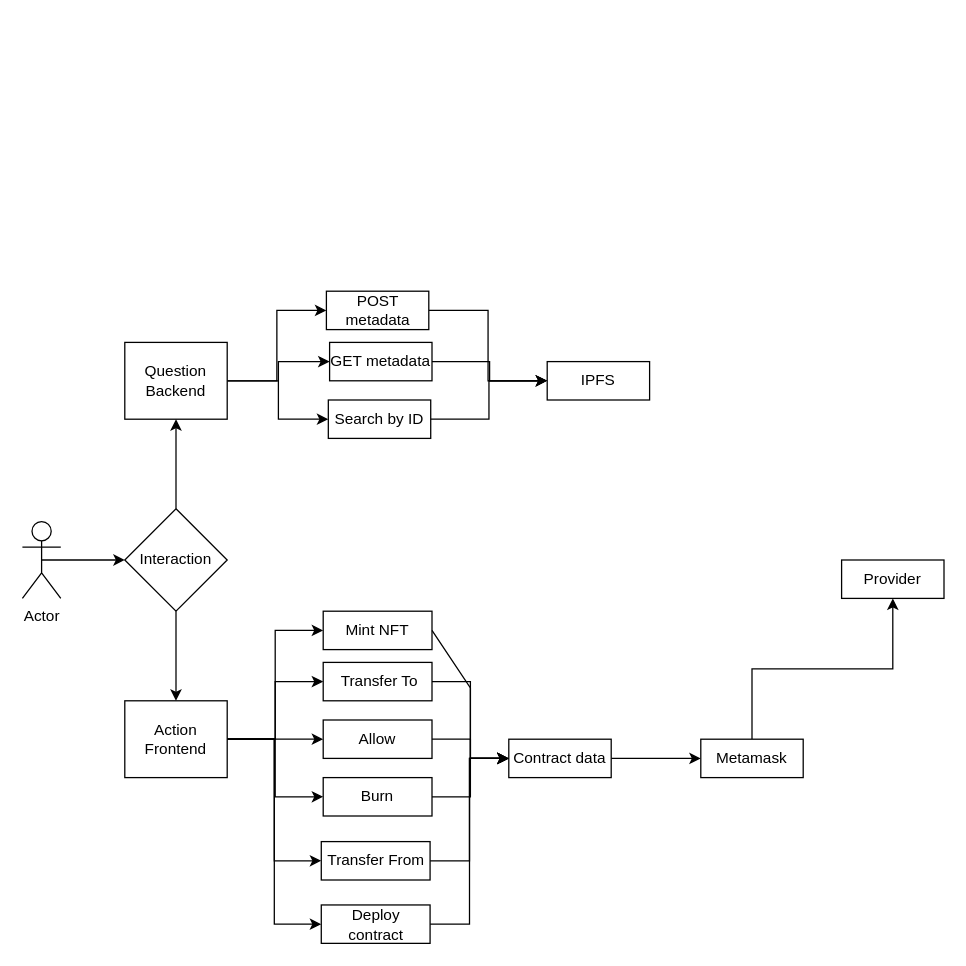
Before: architecture/nft.drawio in Encode-Club-Solidity-Group-14/project_week_03, a draw.io diagram. Source tidied: cells renumbered, new cells numbered last; positions are measured from the earlier drawing's top-left corner, leaving out a move shared by most shapes. Both pictures are drawn from the tidied source at 128%, with x=0, y=0 at pixel (22, 291).
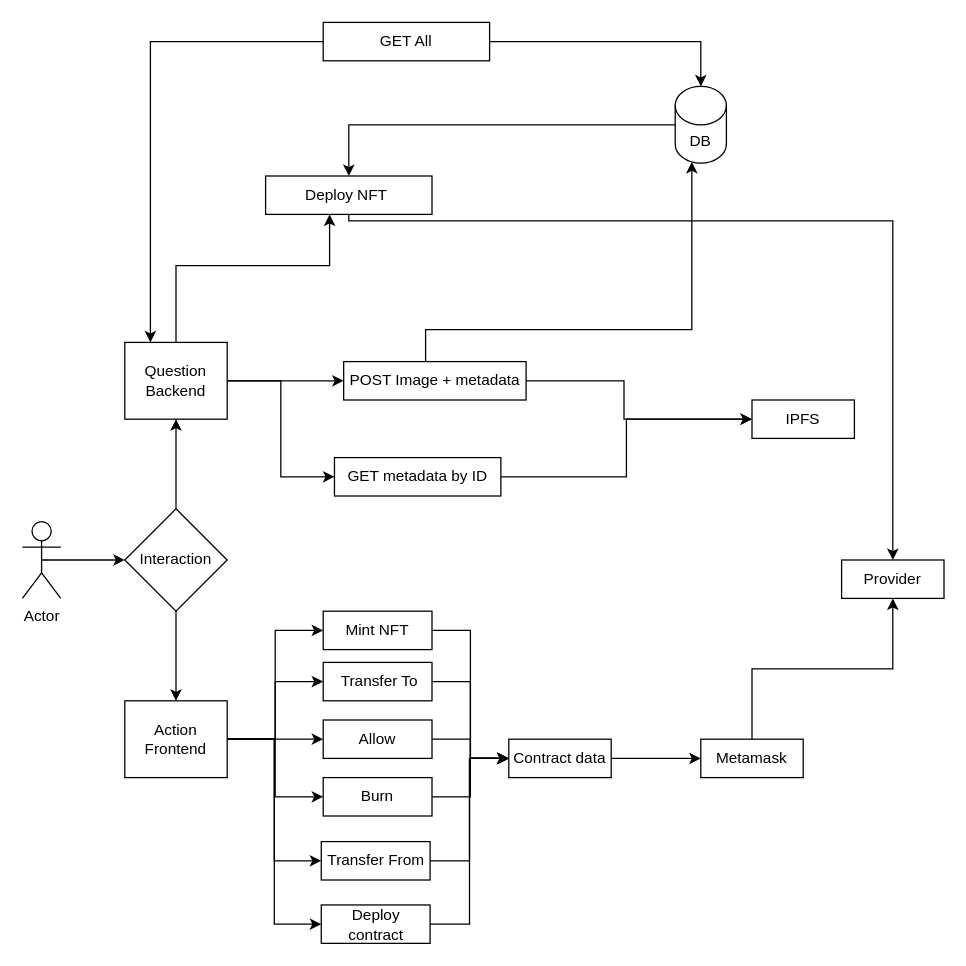
After the change.

Unchanged cells that the change refers to:
```xml
<mxCell id="14" value="Question&lt;br&gt;Backend" style="rounded=0;whiteSpace=wrap;html=1;" parent="1" vertex="1">
  <mxGeometry x="80" y="40" width="80" height="60" as="geometry" />
</mxCell>
<mxCell id="17" value="Mint NFT" style="rounded=0;whiteSpace=wrap;html=1;" parent="1" vertex="1">
  <mxGeometry x="235" y="250" width="85" height="30" as="geometry" />
</mxCell>
<mxCell id="33" value="Contract data" style="rounded=0;whiteSpace=wrap;html=1;" parent="1" vertex="1">
  <mxGeometry x="380" y="350" width="80" height="30" as="geometry" />
</mxCell>
<mxCell id="36" value="Provider" style="rounded=0;whiteSpace=wrap;html=1;" parent="1" vertex="1">
  <mxGeometry x="640" y="210" width="80" height="30" as="geometry" />
</mxCell>
```

The edit, as a diff of the source:
```diff
@@
+    <mxCell id="42" style="edgeStyle=orthogonalEdgeStyle;rounded=0;jettySize=auto;html=1;" parent="1" edge="1" source="14" target="45">
+      <mxGeometry relative="1" as="geometry">
+        <Array as="points">
+          <mxPoint x="120" y="-20" />
+          <mxPoint x="240" y="-20" />
+        </Array>
+      </mxGeometry>
+    </mxCell>
@@
-    <mxCell id="19" value="GET metadata" style="rounded=0;whiteSpace=wrap;html=1;" parent="1" vertex="1">
-      <mxGeometry x="240" y="40" width="80" height="30" as="geometry" />
+    <mxCell id="19" value="GET metadata by ID" style="rounded=0;whiteSpace=wrap;html=1;" parent="1" vertex="1">
+      <mxGeometry x="243.8" y="130" width="130" height="30" as="geometry" />
     </mxCell>
@@
-    <mxCell id="26" style="edgeStyle=orthogonalEdgeStyle;rounded=0;jettySize=auto;html=1;exitX=1;exitY=0.5;exitDx=0;exitDy=0;entryX=0;entryY=0.5;entryDx=0;entryDy=0;" parent="1" edge="1" source="27" target="31">
-      <mxGeometry relative="1" as="geometry" />
-    </mxCell>
-    <mxCell id="27" value="Search by ID" style="rounded=0;whiteSpace=wrap;html=1;" parent="1" vertex="1">
-      <mxGeometry x="239" y="85" width="80" height="30" as="geometry" />
-    </mxCell>
-    <mxCell id="28" style="endArrow=classic;html=1;rounded=0;entryX=0;entryY=0.5;entryDx=0;entryDy=0;" parent="1" edge="1" target="27">
-      <mxGeometry relative="1" as="geometry">
-        <mxPoint x="200" y="70" as="sourcePoint" />
-        <Array as="points">
-          <mxPoint x="200" y="100" />
-        </Array>
-      </mxGeometry>
-    </mxCell>
@@
     <mxCell id="31" value="IPFS" style="rounded=0;whiteSpace=wrap;html=1;" parent="1" vertex="1">
-      <mxGeometry x="410" y="55" width="80" height="30" as="geometry" />
+      <mxGeometry x="570" y="85" width="80" height="30" as="geometry" />
     </mxCell>
@@
     <mxCell id="37" style="endArrow=classic;html=1;rounded=0;exitX=1;exitY=0.5;exitDx=0;exitDy=0;entryX=0;entryY=0.5;entryDx=0;entryDy=0;" parent="1" edge="1" source="17" target="33">
       <mxGeometry relative="1" as="geometry">
         <Array as="points">
+          <mxPoint x="350" y="265" />
           <mxPoint x="350" y="310" />
           <mxPoint x="350" y="365" />
         </Array>
       </mxGeometry>
     </mxCell>
@@
     <mxCell id="40" style="edgeStyle=orthogonalEdgeStyle;rounded=0;jettySize=auto;html=1;exitX=1;exitY=0.5;exitDx=0;exitDy=0;entryX=0;entryY=0.5;entryDx=0;entryDy=0;" parent="1" edge="1" source="41" target="31">
-      <mxGeometry relative="1" as="geometry" />
+      <mxGeometry relative="1" as="geometry">
+        <Array as="points">
+          <mxPoint x="470" y="70" />
+          <mxPoint x="470" y="100" />
+        </Array>
+      </mxGeometry>
     </mxCell>
+    <mxCell id="43" style="edgeStyle=orthogonalEdgeStyle;rounded=0;jettySize=auto;html=1;entryX=0.325;entryY=0.983;entryDx=0;entryDy=0;entryPerimeter=0;" parent="1" edge="1" source="41" target="47">
+      <mxGeometry relative="1" as="geometry">
+        <Array as="points">
+          <mxPoint x="315" y="30" />
+          <mxPoint x="523" y="30" />
+        </Array>
+      </mxGeometry>
+    </mxCell>
-    <mxCell id="41" value="POST metadata" style="rounded=0;whiteSpace=wrap;html=1;" parent="1" vertex="1">
-      <mxGeometry x="237.5" width="80" height="30" as="geometry" />
+    <mxCell id="41" value="POST Image + metadata" style="rounded=0;whiteSpace=wrap;html=1;" parent="1" vertex="1">
+      <mxGeometry x="251" y="55" width="142.5" height="30" as="geometry" />
     </mxCell>
+    <mxCell id="44" style="edgeStyle=orthogonalEdgeStyle;rounded=0;jettySize=auto;html=1;entryX=0.5;entryY=0;entryDx=0;entryDy=0;" parent="1" edge="1" source="45" target="36">
+      <mxGeometry relative="1" as="geometry">
+        <Array as="points">
+          <mxPoint x="680" y="-55" />
+        </Array>
+      </mxGeometry>
+    </mxCell>
+    <mxCell id="45" value="Deploy NFT&amp;nbsp;" style="rounded=0;whiteSpace=wrap;html=1;" parent="1" vertex="1">
+      <mxGeometry x="190" y="-90" width="130" height="30" as="geometry" />
+    </mxCell>
+    <mxCell id="46" style="edgeStyle=orthogonalEdgeStyle;rounded=0;jettySize=auto;html=1;" parent="1" edge="1" source="47" target="45">
+      <mxGeometry relative="1" as="geometry" />
+    </mxCell>
+    <mxCell id="47" value="DB" style="shape=cylinder3;whiteSpace=wrap;html=1;boundedLbl=1;backgroundOutline=1;size=15;" parent="1" vertex="1">
+      <mxGeometry x="510" y="-160" width="40" height="60" as="geometry" />
+    </mxCell>
+    <mxCell id="48" style="edgeStyle=orthogonalEdgeStyle;rounded=0;jettySize=auto;html=1;entryX=0.5;entryY=0;entryDx=0;entryDy=0;entryPerimeter=0;" parent="1" edge="1" source="50" target="47">
+      <mxGeometry relative="1" as="geometry" />
+    </mxCell>
+    <mxCell id="49" style="edgeStyle=orthogonalEdgeStyle;rounded=0;jettySize=auto;html=1;entryX=0.25;entryY=0;entryDx=0;entryDy=0;" parent="1" edge="1" source="50" target="14">
+      <mxGeometry relative="1" as="geometry" />
+    </mxCell>
+    <mxCell id="50" value="GET All" style="rounded=0;whiteSpace=wrap;html=1;" parent="1" vertex="1">
+      <mxGeometry x="235" y="-210" width="130" height="30" as="geometry" />
+    </mxCell>
```
